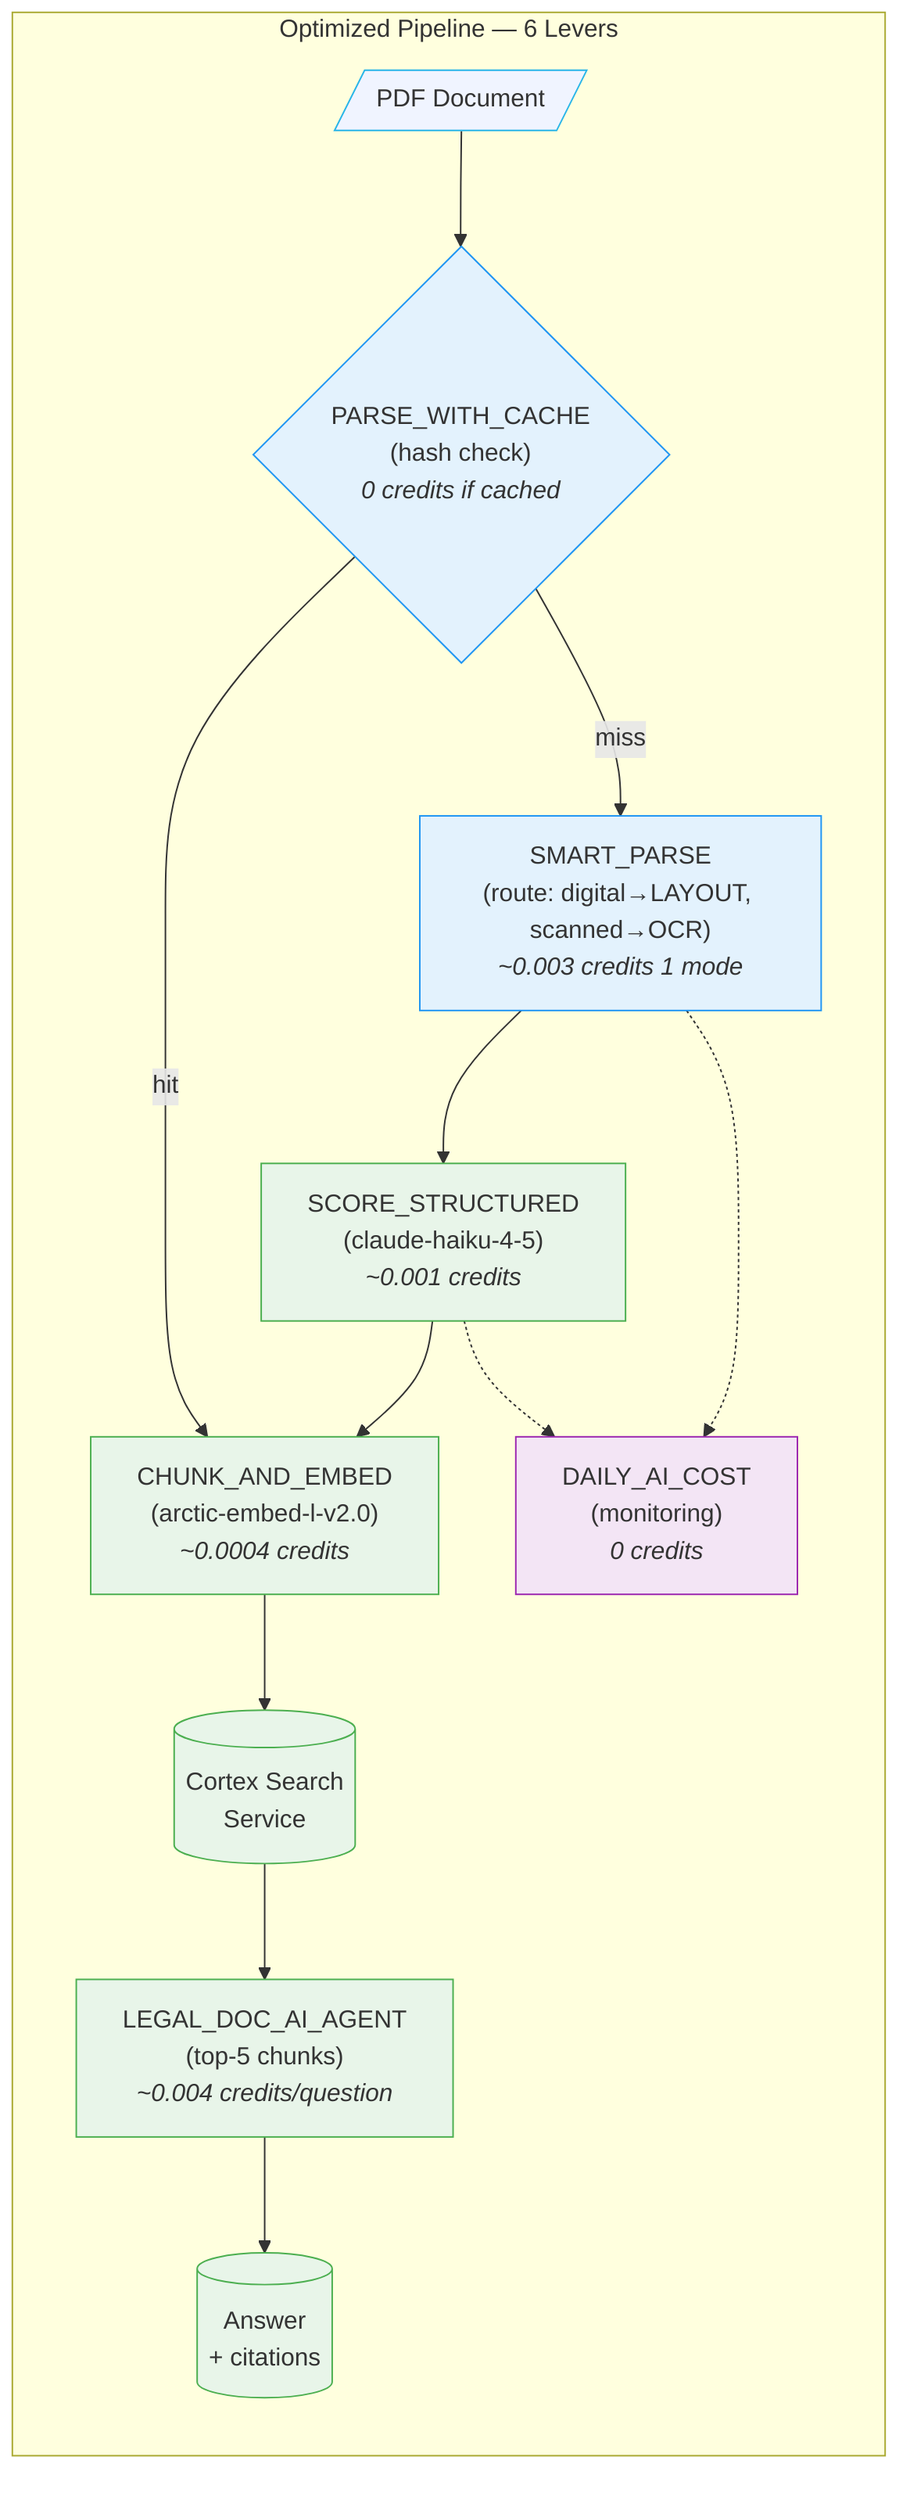
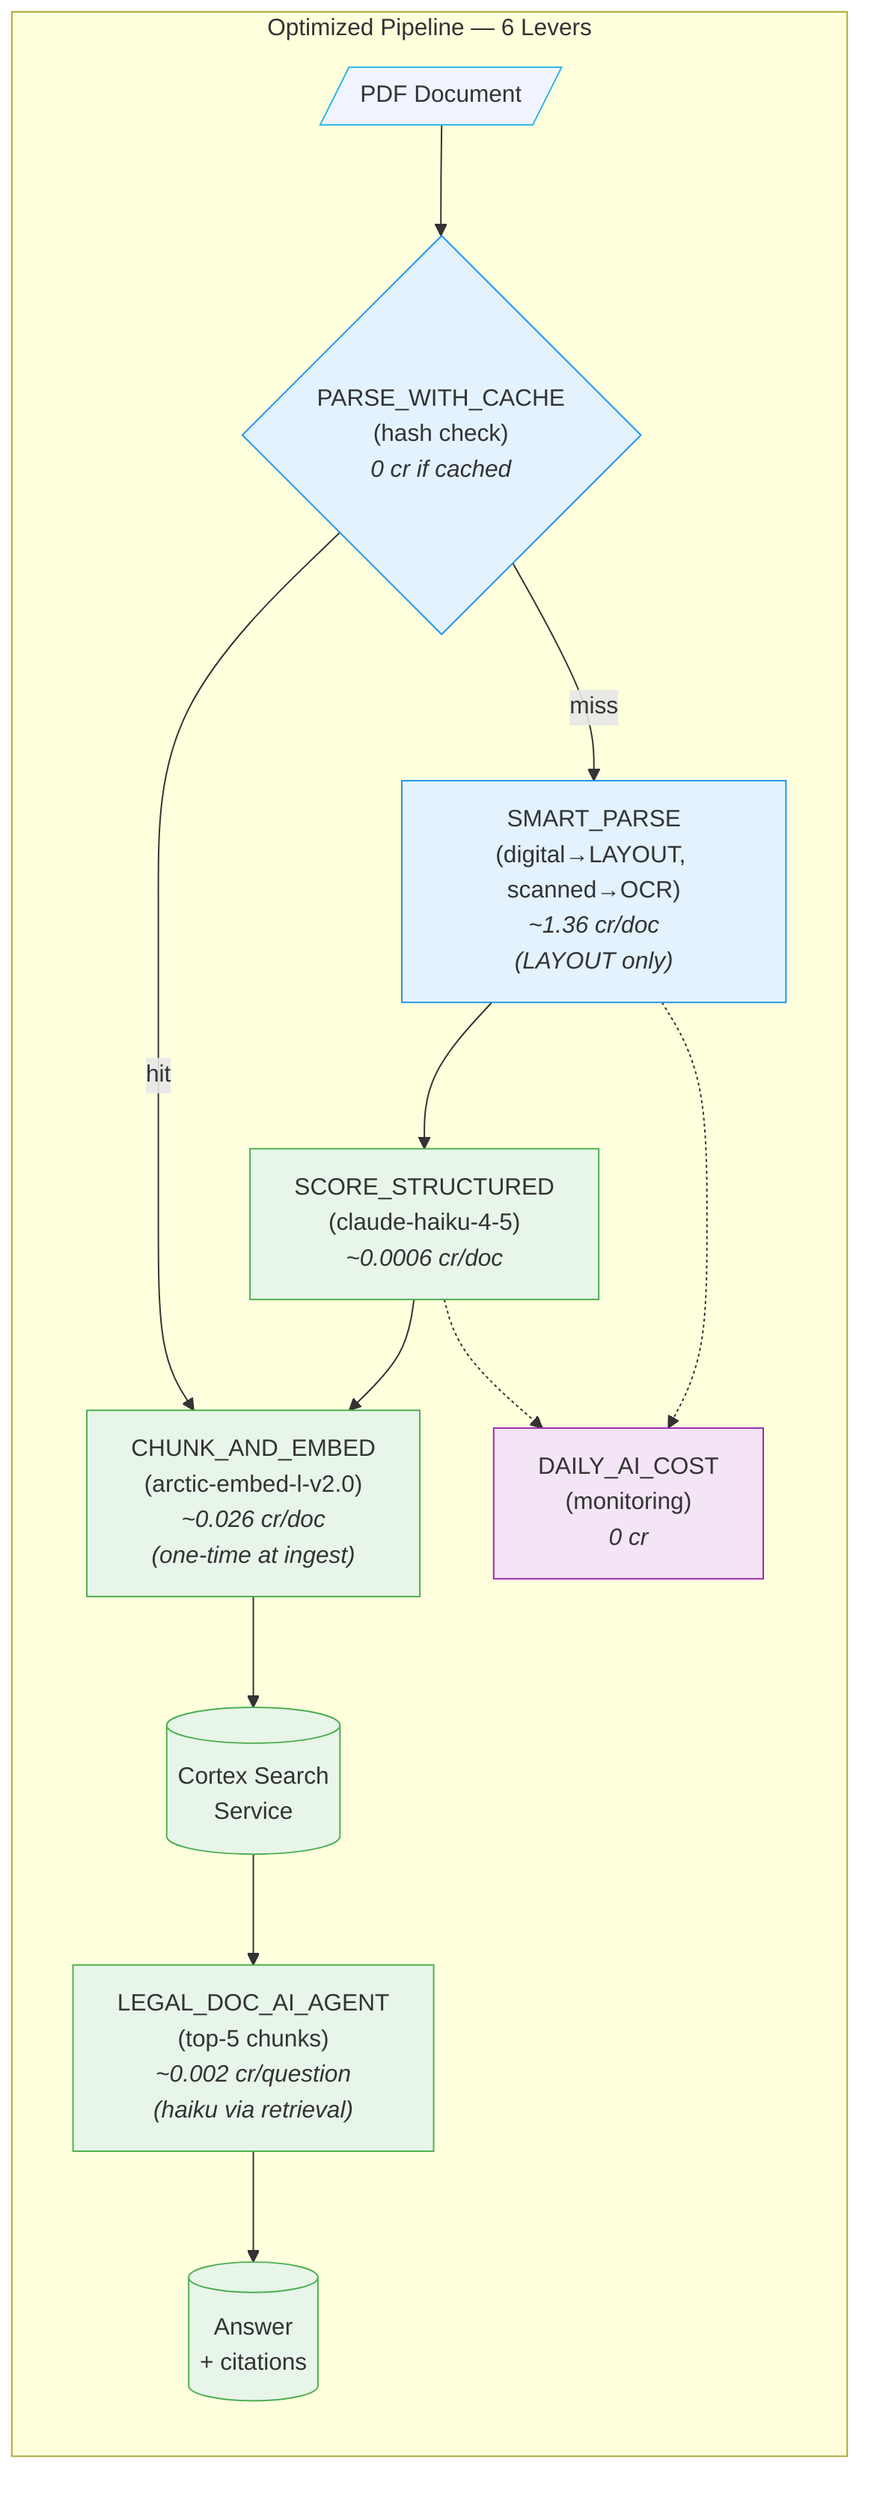
%% Optimized Pipeline (6 Levers Applied)
%% PDF → SMART_PARSE (route) → PARSE_WITH_CACHE → haiku scorer (structured) → AI_EMBED → Cortex Search → Agent
+ %% Credit values measured on 9-doc federal-regulatory corpus
+ %% Source: ACCOUNT_USAGE.CORTEX_AI_FUNCTIONS_USAGE_HISTORY, last 7d

graph LR
    subgraph "Optimized Pipeline — 6 Levers"
        PDF2[/"PDF Document"/]
-         CACHE{"PARSE_WITH_CACHE<br/>(hash check)<br/><i>0 credits if cached</i>"}
-         ROUTE["SMART_PARSE<br/>(route: digital→LAYOUT, scanned→OCR)<br/><i>~0.003 credits 1 mode</i>"]
-         HAIKU["SCORE_STRUCTURED<br/>(claude-haiku-4-5)<br/><i>~0.001 credits</i>"]
-         EMBED["CHUNK_AND_EMBED<br/>(arctic-embed-l-v2.0)<br/><i>~0.0004 credits</i>"]
+         CACHE{"PARSE_WITH_CACHE<br/>(hash check)<br/><i>0 cr if cached</i>"}
+         ROUTE["SMART_PARSE<br/>(digital→LAYOUT, scanned→OCR)<br/><i>~1.36 cr/doc<br/>(LAYOUT only)</i>"]
+         HAIKU["SCORE_STRUCTURED<br/>(claude-haiku-4-5)<br/><i>~0.0006 cr/doc</i>"]
+         EMBED["CHUNK_AND_EMBED<br/>(arctic-embed-l-v2.0)<br/><i>~0.026 cr/doc<br/>(one-time at ingest)</i>"]
        SEARCH[("Cortex Search<br/>Service")]
-         AGENT["LEGAL_DOC_AI_AGENT<br/>(top-5 chunks)<br/><i>~0.004 credits/question</i>"]
+         AGENT["LEGAL_DOC_AI_AGENT<br/>(top-5 chunks)<br/><i>~0.002 cr/question<br/>(haiku via retrieval)</i>"]
        ANSWER2[("Answer<br/>+ citations")]
-         TELEMETRY["DAILY_AI_COST<br/>(monitoring)<br/><i>0 credits</i>"]
+         TELEMETRY["DAILY_AI_COST<br/>(monitoring)<br/><i>0 cr</i>"]

        PDF2 --> CACHE
        CACHE -->|miss| ROUTE
        CACHE -->|hit| EMBED
        ROUTE --> HAIKU
        HAIKU --> EMBED
        EMBED --> SEARCH
        SEARCH --> AGENT
        AGENT --> ANSWER2
        HAIKU -.-> TELEMETRY
        ROUTE -.-> TELEMETRY
    end

    style PDF2 fill:#f0f4ff,stroke:#29b5e8
    style CACHE fill:#e3f2fd,stroke:#2196f3
    style ROUTE fill:#e3f2fd,stroke:#2196f3
    style HAIKU fill:#e8f5e9,stroke:#4caf50
    style EMBED fill:#e8f5e9,stroke:#4caf50
    style SEARCH fill:#e8f5e9,stroke:#4caf50
    style AGENT fill:#e8f5e9,stroke:#4caf50
    style ANSWER2 fill:#e8f5e9,stroke:#4caf50
    style TELEMETRY fill:#f3e5f5,stroke:#9c27b0
